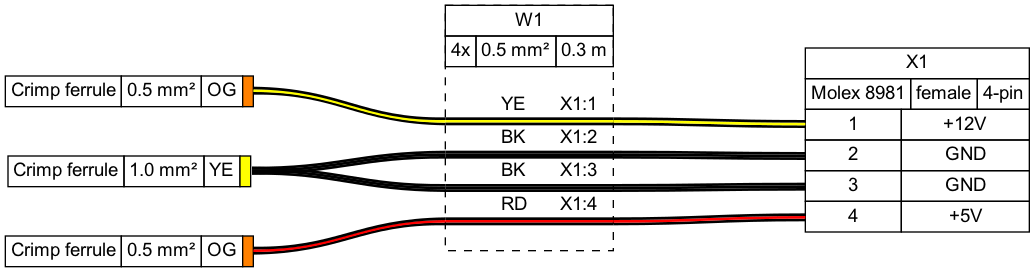
The Graphviz diagram tutorial/tutorial06.png in wireviz/WireViz, before a commit. Its source is kept beside it as tutorial/tutorial06.gv.
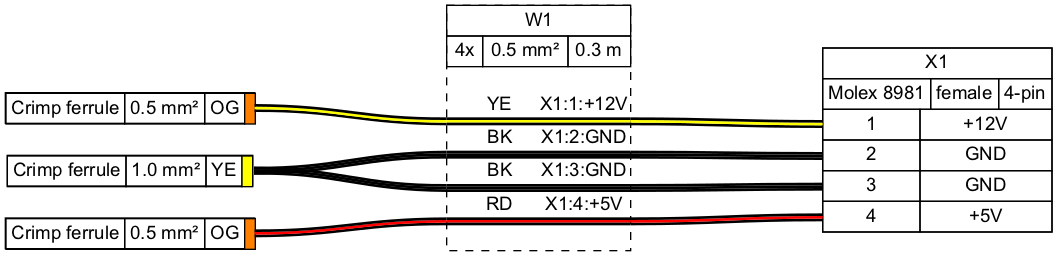
The same diagram one commit later.

Change to the diagram source:
```diff
@@ -1,6 +1,6 @@
 graph {
-	graph [bgcolor=white fontname=arial nodesep=0.33 rankdir=LR ranksep=2]
-	node [fillcolor=white fontname=arial shape=record style=filled]
+	graph [bgcolor="#FFFFFF" fontname=arial nodesep=0.33 rankdir=LR ranksep=2]
+	node [fillcolor="#FFFFFF" fontname=arial height=0 margin=0 shape=none style=filled width=0]
 	edge [fontname=arial style=bold]
 	X1 [label=<
 <table border="0" cellspacing="0" cellpadding="0">
@@ -37,7 +37,7 @@
   </table>
  </td></tr>
 </table>
-> fillcolor=white margin=0 shape=none style=filled]
+> fillcolor="#FFFFFF" shape=box style=filled]
 	F_10 [label=<
 <table border="0" cellspacing="0" cellpadding="0">
  <tr><td>
@@ -49,7 +49,7 @@
   </tr></table>
  </td></tr>
 </table>
-> fillcolor=white margin=0 shape=none style=filled]
+> fillcolor="#FFFFFF" shape=box style=filled]
 	_F_05_1 [label=<
 <table border="0" cellspacing="0" cellpadding="0">
  <tr><td>
@@ -61,7 +61,7 @@
   </tr></table>
  </td></tr>
 </table>
-> fillcolor=white margin=0 shape=none style=filled]
+> fillcolor="#FFFFFF" shape=box style=filled]
 	_F_05_2 [label=<
 <table border="0" cellspacing="0" cellpadding="0">
  <tr><td>
@@ -73,7 +73,7 @@
   </tr></table>
  </td></tr>
 </table>
-> fillcolor=white margin=0 shape=none style=filled]
+> fillcolor="#FFFFFF" shape=box style=filled]
 	edge [color="#000000:#ffff00:#000000"]
 	_F_05_1:e -- W1:w1:w
 	W1:w1:e -- X1:p1l:w
@@ -105,8 +105,10 @@
    <tr><td>&nbsp;</td></tr>
    <tr>
     <td></td>
-    <td>YE</td>
-    <td>X1:1</td>
+    <td>
+     YE
+    </td>
+    <td>X1:1:+12V</td>
    </tr>
    <tr>
     <td colspan="3" border="0" cellspacing="0" cellpadding="0" port="w1" height="6">
@@ -119,8 +121,10 @@
    </tr>
    <tr>
     <td></td>
-    <td>BK</td>
-    <td>X1:2</td>
+    <td>
+     BK
+    </td>
+    <td>X1:2:GND</td>
    </tr>
    <tr>
     <td colspan="3" border="0" cellspacing="0" cellpadding="0" port="w2" height="6">
@@ -133,8 +137,10 @@
    </tr>
    <tr>
     <td></td>
-    <td>BK</td>
-    <td>X1:3</td>
+    <td>
+     BK
+    </td>
+    <td>X1:3:GND</td>
    </tr>
    <tr>
     <td colspan="3" border="0" cellspacing="0" cellpadding="0" port="w3" height="6">
@@ -147,8 +153,10 @@
    </tr>
    <tr>
     <td></td>
-    <td>RD</td>
-    <td>X1:4</td>
+    <td>
+     RD
+    </td>
+    <td>X1:4:+5V</td>
    </tr>
    <tr>
     <td colspan="3" border="0" cellspacing="0" cellpadding="0" port="w4" height="6">
@@ -163,5 +171,5 @@
   </table>
  </td></tr>
 </table>
-> fillcolor=white margin=0 shape=box style="filled,dashed"]
+> fillcolor="#FFFFFF" shape=box style="filled,dashed"]
 }
```
